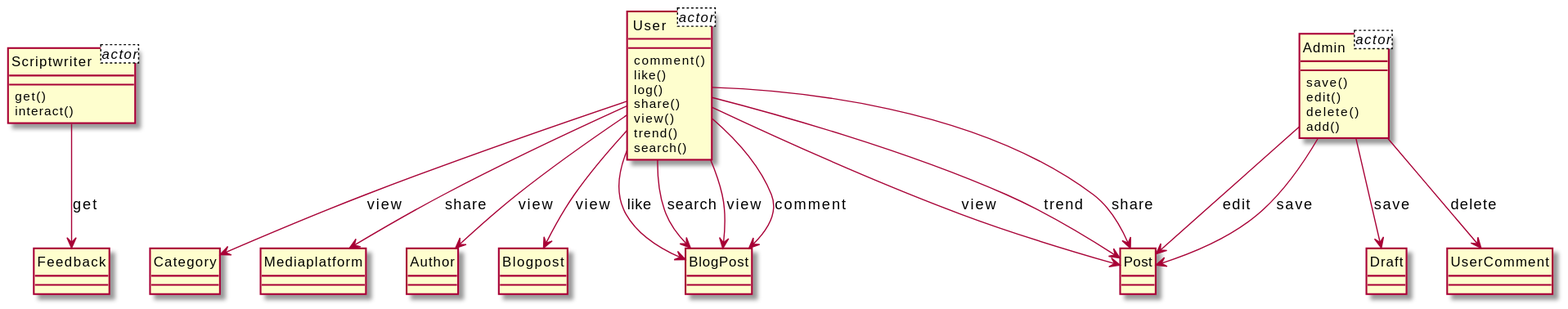
Earlier version of the PlantUML export output/diagram_5/2017-USC-Project07.svg (xixixhalu/DomainModelExtractor). Source of this version:
```plantuml
@startuml
hide circle
class Scriptwriter<actor> {
}
class User<actor> {
}
class Admin<actor> {
}
class User {
	comment()
	like()
	log()
	share()
	view()
	trend()
	search()
}
class BlogPost {
}
class Admin {
	save()
	edit()
	delete()
	add()
}
class Draft {
}
class Post {
}
class Category {
}
class Scriptwriter {
	get()
	interact()
}
class Mediaplatform {
}
class Author {
}
class Blogpost {
}
class Feedback {
}
class UserComment {
}
User --> Category : view
User --> BlogPost : search
Admin --> Post : edit
User --> BlogPost : view
User --> Post : trend
Admin --> Draft : save
Admin --> UserComment : delete
User --> Blogpost : view
User --> Mediaplatform : share
User --> Post : share
Admin --> Post : save
User --> Post : view
User --> BlogPost : comment
User --> BlogPost : like
Scriptwriter --> Feedback : get
User --> Author : view
@enduml
```
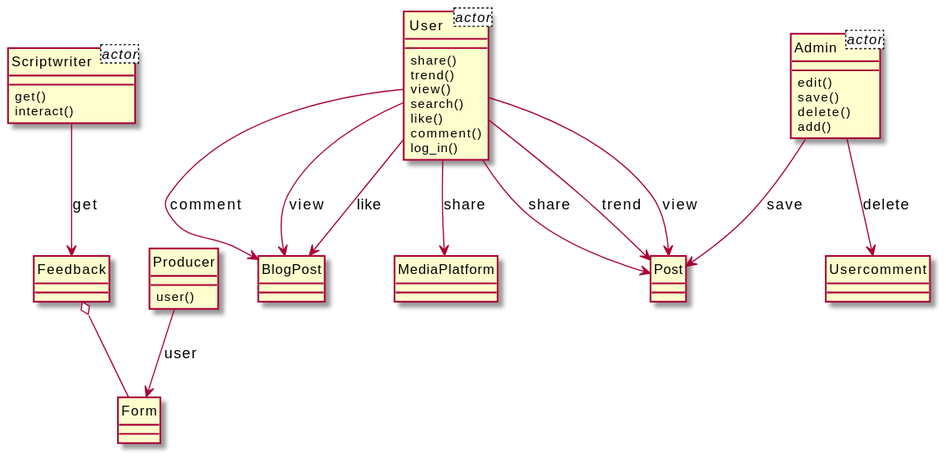
The same diagram one commit later.

The edit, as a diff of the source:
```diff
@@ -6,57 +6,50 @@
 }
 class Admin<actor> {
 }
+class Form {
+}
+class Admin {
+	edit()
+	save()
+	delete()
+	add()
+}
+class Post {
+}
+class Usercomment {
+}
 class User {
+	share()
+	trend()
+	view()
+	search()
+	like()
 	comment()
-	like()
-	log()
-	share()
-	view()
-	trend()
-	search()
+	log_in()
 }
 class BlogPost {
 }
-class Admin {
-	save()
-	edit()
-	delete()
-	add()
+class MediaPlatform {
 }
-class Draft {
-}
-class Post {
-}
-class Category {
+class Producer {
+	user()
 }
 class Scriptwriter {
 	get()
 	interact()
 }
-class Mediaplatform {
-}
-class Author {
-}
-class Blogpost {
-}
 class Feedback {
 }
-class UserComment {
-}
-User --> Category : view
-User --> BlogPost : search
-Admin --> Post : edit
+User --> BlogPost : comment
+Scriptwriter --> Feedback : get
+User --> MediaPlatform : share
+Admin --> Usercomment : delete
+User --> Post : trend
+User --> Post : view
+User --> Post : share
+Feedback o-- Form
 User --> BlogPost : view
-User --> Post : trend
-Admin --> Draft : save
-Admin --> UserComment : delete
-User --> Blogpost : view
-User --> Mediaplatform : share
-User --> Post : share
+Producer --> Form : user
+User --> BlogPost : like
 Admin --> Post : save
-User --> Post : view
-User --> BlogPost : comment
-User --> BlogPost : like
-Scriptwriter --> Feedback : get
-User --> Author : view
 @enduml
```
